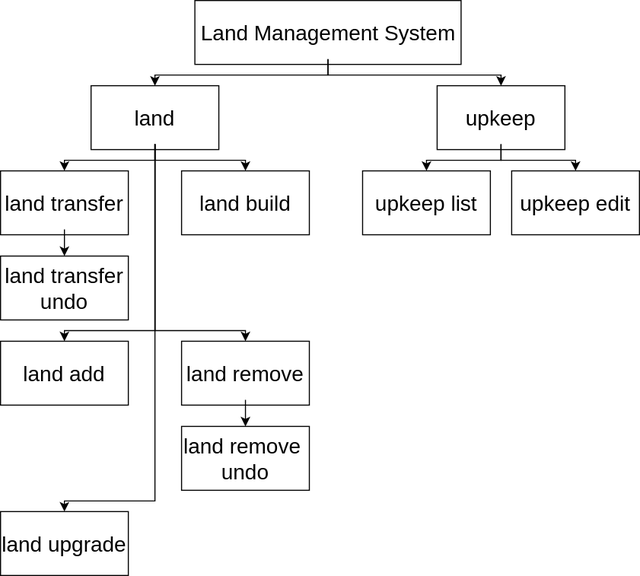
SethHartman13/Housing-Management-System keeps this draw.io diagram as Design Files/Alias Hiearchy.svg. Above is the earlier version. Source tidied: cells renumbered, new cells last; positions are measured from the earlier drawing's top-left corner, leaving out a move shared by most shapes. The source it was exported from:
```xml
<mxGraphModel>
  <root>
    <mxCell id="0" />
    <mxCell id="1" parent="0" />
    <mxCell id="2" value="&lt;font style=&quot;font-size: 20px;&quot;&gt;Land Management System&lt;/font&gt;" style="rounded=0;whiteSpace=wrap;html=1;" parent="1" vertex="1">
      <mxGeometry x="182.5" width="250" height="60" as="geometry" />
    </mxCell>
    <mxCell id="3" value="&lt;font style=&quot;font-size: 20px;&quot;&gt;land&lt;/font&gt;" style="rounded=0;whiteSpace=wrap;html=1;" parent="1" vertex="1">
      <mxGeometry x="85" y="80" width="120" height="60" as="geometry" />
    </mxCell>
    <mxCell id="4" value="&lt;font style=&quot;font-size: 20px;&quot;&gt;upkeep&lt;/font&gt;" style="rounded=0;whiteSpace=wrap;html=1;" parent="1" vertex="1">
      <mxGeometry x="410" y="80" width="120" height="60" as="geometry" />
    </mxCell>
    <mxCell id="5" value="&lt;font style=&quot;font-size: 20px;&quot;&gt;upkeep edit&lt;/font&gt;" style="rounded=0;whiteSpace=wrap;html=1;" parent="1" vertex="1">
      <mxGeometry x="480" y="160" width="120" height="60" as="geometry" />
    </mxCell>
    <mxCell id="6" style="endArrow=classic;html=1;rounded=0;noEdgeStyle=1;orthogonal=1;edgeStyle=orthogonalEdgeStyle;" parent="1" edge="1" source="4" target="5">
      <mxGeometry relative="1" as="geometry">
        <Array as="points">
          <mxPoint x="470" y="135" />
          <mxPoint x="470" y="150" />
          <mxPoint x="540" y="150" />
          <mxPoint x="540" y="155" />
        </Array>
      </mxGeometry>
    </mxCell>
    <mxCell id="7" style="endArrow=classic;html=1;rounded=0;noEdgeStyle=1;orthogonal=1;edgeStyle=orthogonalEdgeStyle;" parent="1" edge="1" source="2" target="4">
      <mxGeometry relative="1" as="geometry">
        <Array as="points">
          <mxPoint x="307.5" y="55" />
          <mxPoint x="307.5" y="70" />
          <mxPoint x="470" y="70" />
          <mxPoint x="470" y="75" />
        </Array>
      </mxGeometry>
    </mxCell>
    <mxCell id="8" style="endArrow=classic;html=1;rounded=0;noEdgeStyle=1;orthogonal=1;edgeStyle=orthogonalEdgeStyle;" parent="1" edge="1" source="2" target="3">
      <mxGeometry relative="1" as="geometry">
        <Array as="points">
          <mxPoint x="307.5" y="55" />
          <mxPoint x="307.5" y="70" />
          <mxPoint x="145" y="70" />
          <mxPoint x="145" y="75" />
        </Array>
      </mxGeometry>
    </mxCell>
    <mxCell id="9" value="&lt;font style=&quot;font-size: 20px;&quot;&gt;land transfer&lt;/font&gt;" style="rounded=0;whiteSpace=wrap;html=1;" parent="1" vertex="1">
      <mxGeometry y="160" width="120" height="60" as="geometry" />
    </mxCell>
    <mxCell id="10" style="endArrow=classic;html=1;rounded=0;noEdgeStyle=1;orthogonal=1;edgeStyle=orthogonalEdgeStyle;" parent="1" edge="1" source="3" target="9">
      <mxGeometry relative="1" as="geometry">
        <Array as="points">
          <mxPoint x="145" y="135" />
          <mxPoint x="145" y="150" />
          <mxPoint x="60" y="150" />
          <mxPoint x="60" y="155" />
        </Array>
      </mxGeometry>
    </mxCell>
    <mxCell id="11" value="&lt;font style=&quot;font-size: 20px;&quot;&gt;land build&lt;/font&gt;" style="rounded=0;whiteSpace=wrap;html=1;" parent="1" vertex="1">
      <mxGeometry x="170" y="160" width="120" height="60" as="geometry" />
    </mxCell>
    <mxCell id="12" style="endArrow=classic;html=1;rounded=0;noEdgeStyle=1;orthogonal=1;edgeStyle=orthogonalEdgeStyle;" parent="1" edge="1" source="3" target="11">
      <mxGeometry relative="1" as="geometry">
        <Array as="points">
          <mxPoint x="145" y="135" />
          <mxPoint x="145" y="150" />
          <mxPoint x="230" y="150" />
          <mxPoint x="230" y="155" />
        </Array>
      </mxGeometry>
    </mxCell>
    <mxCell id="13" style="endArrow=classic;html=1;rounded=0;noEdgeStyle=1;orthogonal=1;edgeStyle=orthogonalEdgeStyle;" parent="1" edge="1" source="3" target="14">
      <mxGeometry relative="1" as="geometry">
        <Array as="points">
          <mxPoint x="145" y="135" />
          <mxPoint x="145" y="150" />
          <mxPoint x="145" y="310" />
          <mxPoint x="60" y="310" />
          <mxPoint x="60" y="315" />
        </Array>
      </mxGeometry>
    </mxCell>
    <mxCell id="14" value="&lt;font style=&quot;font-size: 20px;&quot;&gt;land add&lt;/font&gt;" style="rounded=0;whiteSpace=wrap;html=1;" parent="1" vertex="1">
      <mxGeometry y="320" width="120" height="60" as="geometry" />
    </mxCell>
    <mxCell id="15" value="&lt;font style=&quot;font-size: 20px;&quot;&gt;land remove&lt;/font&gt;" style="rounded=0;whiteSpace=wrap;html=1;" parent="1" vertex="1">
      <mxGeometry x="170" y="320" width="120" height="60" as="geometry" />
    </mxCell>
    <mxCell id="16" style="endArrow=classic;html=1;rounded=0;noEdgeStyle=1;orthogonal=1;edgeStyle=orthogonalEdgeStyle;" parent="1" edge="1" source="3" target="15">
      <mxGeometry relative="1" as="geometry">
        <Array as="points">
          <mxPoint x="145" y="135" />
          <mxPoint x="145" y="150" />
          <mxPoint x="145" y="310" />
          <mxPoint x="230" y="310" />
          <mxPoint x="230" y="315" />
        </Array>
      </mxGeometry>
    </mxCell>
    <mxCell id="17" value="&lt;font style=&quot;font-size: 20px;&quot;&gt;upkeep list&lt;/font&gt;" style="rounded=0;whiteSpace=wrap;html=1;" parent="1" vertex="1">
      <mxGeometry x="340" y="160" width="120" height="60" as="geometry" />
    </mxCell>
    <mxCell id="18" style="endArrow=classic;html=1;rounded=0;noEdgeStyle=1;orthogonal=1;edgeStyle=orthogonalEdgeStyle;" parent="1" edge="1" source="4" target="17">
      <mxGeometry relative="1" as="geometry">
        <Array as="points">
          <mxPoint x="470" y="135" />
          <mxPoint x="470" y="150" />
          <mxPoint x="400" y="150" />
          <mxPoint x="400" y="155" />
        </Array>
      </mxGeometry>
    </mxCell>
    <mxCell id="19" value="&lt;font style=&quot;font-size: 20px;&quot;&gt;land upgrade&lt;/font&gt;" style="rounded=0;whiteSpace=wrap;html=1;" parent="1" vertex="1">
      <mxGeometry y="480" width="120" height="60" as="geometry" />
    </mxCell>
    <mxCell id="20" style="endArrow=classic;html=1;rounded=0;noEdgeStyle=1;orthogonal=1;edgeStyle=orthogonalEdgeStyle;" parent="1" edge="1" source="3" target="19">
      <mxGeometry relative="1" as="geometry">
        <Array as="points">
          <mxPoint x="145" y="135" />
          <mxPoint x="145" y="150" />
          <mxPoint x="145" y="310" />
          <mxPoint x="145" y="470" />
          <mxPoint x="60" y="470" />
          <mxPoint x="60" y="475" />
        </Array>
      </mxGeometry>
    </mxCell>
    <mxCell id="21" value="&lt;font style=&quot;font-size: 20px;&quot;&gt;land remove&amp;nbsp; undo&lt;/font&gt;" style="rounded=0;whiteSpace=wrap;html=1;" parent="1" vertex="1">
      <mxGeometry x="170" y="400" width="120" height="60" as="geometry" />
    </mxCell>
    <mxCell id="22" value="&lt;font style=&quot;font-size: 20px;&quot;&gt;land transfer undo&lt;/font&gt;" style="rounded=0;whiteSpace=wrap;html=1;" parent="1" vertex="1">
      <mxGeometry y="240" width="120" height="60" as="geometry" />
    </mxCell>
    <mxCell id="23" style="endArrow=classic;html=1;rounded=0;noEdgeStyle=1;orthogonal=1;edgeStyle=orthogonalEdgeStyle;" parent="1" edge="1" source="9" target="22">
      <mxGeometry relative="1" as="geometry">
        <Array as="points">
          <mxPoint x="60" y="215" />
          <mxPoint x="60" y="235" />
        </Array>
      </mxGeometry>
    </mxCell>
    <mxCell id="24" style="endArrow=classic;html=1;rounded=0;noEdgeStyle=1;orthogonal=1;edgeStyle=orthogonalEdgeStyle;" parent="1" edge="1" source="15" target="21">
      <mxGeometry relative="1" as="geometry">
        <Array as="points">
          <mxPoint x="230" y="375" />
          <mxPoint x="230" y="395" />
        </Array>
      </mxGeometry>
    </mxCell>
  </root>
</mxGraphModel>
```
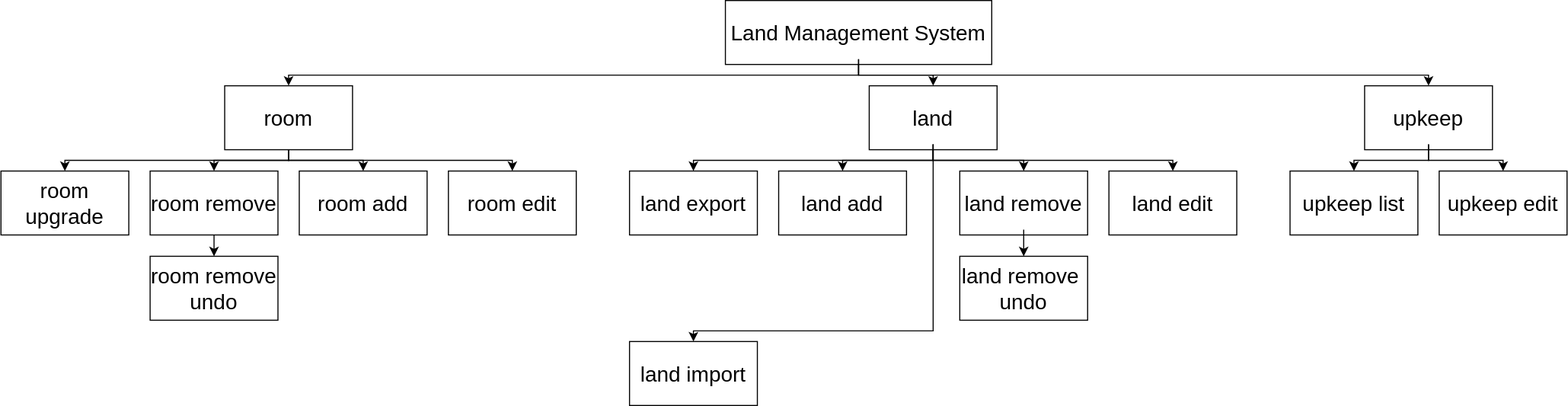
After the commit.

Change to the diagram source:
```diff
@@ -3,150 +3,215 @@
     <mxCell id="0" />
     <mxCell id="1" parent="0" />
     <mxCell id="2" value="&lt;font style=&quot;font-size: 20px;&quot;&gt;Land Management System&lt;/font&gt;" style="rounded=0;whiteSpace=wrap;html=1;" parent="1" vertex="1">
-      <mxGeometry x="182.5" width="250" height="60" as="geometry" />
+      <mxGeometry x="680" width="250" height="60" as="geometry" />
     </mxCell>
     <mxCell id="3" value="&lt;font style=&quot;font-size: 20px;&quot;&gt;land&lt;/font&gt;" style="rounded=0;whiteSpace=wrap;html=1;" parent="1" vertex="1">
-      <mxGeometry x="85" y="80" width="120" height="60" as="geometry" />
+      <mxGeometry x="815" y="80" width="120" height="60" as="geometry" />
     </mxCell>
     <mxCell id="4" value="&lt;font style=&quot;font-size: 20px;&quot;&gt;upkeep&lt;/font&gt;" style="rounded=0;whiteSpace=wrap;html=1;" parent="1" vertex="1">
-      <mxGeometry x="410" y="80" width="120" height="60" as="geometry" />
+      <mxGeometry x="1280" y="80" width="120" height="60" as="geometry" />
     </mxCell>
     <mxCell id="5" value="&lt;font style=&quot;font-size: 20px;&quot;&gt;upkeep edit&lt;/font&gt;" style="rounded=0;whiteSpace=wrap;html=1;" parent="1" vertex="1">
-      <mxGeometry x="480" y="160" width="120" height="60" as="geometry" />
+      <mxGeometry x="1350" y="160" width="120" height="60" as="geometry" />
     </mxCell>
     <mxCell id="6" style="endArrow=classic;html=1;rounded=0;noEdgeStyle=1;orthogonal=1;edgeStyle=orthogonalEdgeStyle;" parent="1" edge="1" source="4" target="5">
       <mxGeometry relative="1" as="geometry">
         <Array as="points">
-          <mxPoint x="470" y="135" />
-          <mxPoint x="470" y="150" />
-          <mxPoint x="540" y="150" />
-          <mxPoint x="540" y="155" />
+          <mxPoint x="1340" y="135" />
+          <mxPoint x="1340" y="150" />
+          <mxPoint x="1410" y="150" />
+          <mxPoint x="1410" y="155" />
         </Array>
       </mxGeometry>
     </mxCell>
     <mxCell id="7" style="endArrow=classic;html=1;rounded=0;noEdgeStyle=1;orthogonal=1;edgeStyle=orthogonalEdgeStyle;" parent="1" edge="1" source="2" target="4">
       <mxGeometry relative="1" as="geometry">
         <Array as="points">
-          <mxPoint x="307.5" y="55" />
-          <mxPoint x="307.5" y="70" />
-          <mxPoint x="470" y="70" />
-          <mxPoint x="470" y="75" />
+          <mxPoint x="805" y="55" />
+          <mxPoint x="805" y="70" />
+          <mxPoint x="875" y="70" />
+          <mxPoint x="1340" y="70" />
+          <mxPoint x="1340" y="75" />
         </Array>
       </mxGeometry>
     </mxCell>
     <mxCell id="8" style="endArrow=classic;html=1;rounded=0;noEdgeStyle=1;orthogonal=1;edgeStyle=orthogonalEdgeStyle;" parent="1" edge="1" source="2" target="3">
       <mxGeometry relative="1" as="geometry">
         <Array as="points">
-          <mxPoint x="307.5" y="55" />
-          <mxPoint x="307.5" y="70" />
-          <mxPoint x="145" y="70" />
-          <mxPoint x="145" y="75" />
+          <mxPoint x="805" y="55" />
+          <mxPoint x="805" y="70" />
+          <mxPoint x="875" y="70" />
+          <mxPoint x="875" y="75" />
         </Array>
       </mxGeometry>
     </mxCell>
-    <mxCell id="9" value="&lt;font style=&quot;font-size: 20px;&quot;&gt;land transfer&lt;/font&gt;" style="rounded=0;whiteSpace=wrap;html=1;" parent="1" vertex="1">
-      <mxGeometry y="160" width="120" height="60" as="geometry" />
+    <mxCell id="9" value="&lt;font style=&quot;font-size: 20px;&quot;&gt;land export&lt;/font&gt;" style="rounded=0;whiteSpace=wrap;html=1;" parent="1" vertex="1">
+      <mxGeometry x="590" y="160" width="120" height="60" as="geometry" />
     </mxCell>
     <mxCell id="10" style="endArrow=classic;html=1;rounded=0;noEdgeStyle=1;orthogonal=1;edgeStyle=orthogonalEdgeStyle;" parent="1" edge="1" source="3" target="9">
       <mxGeometry relative="1" as="geometry">
         <Array as="points">
-          <mxPoint x="145" y="135" />
-          <mxPoint x="145" y="150" />
-          <mxPoint x="60" y="150" />
-          <mxPoint x="60" y="155" />
+          <mxPoint x="875" y="135" />
+          <mxPoint x="875" y="150" />
+          <mxPoint x="650" y="150" />
+          <mxPoint x="650" y="155" />
         </Array>
       </mxGeometry>
     </mxCell>
-    <mxCell id="11" value="&lt;font style=&quot;font-size: 20px;&quot;&gt;land build&lt;/font&gt;" style="rounded=0;whiteSpace=wrap;html=1;" parent="1" vertex="1">
-      <mxGeometry x="170" y="160" width="120" height="60" as="geometry" />
-    </mxCell>
-    <mxCell id="12" style="endArrow=classic;html=1;rounded=0;noEdgeStyle=1;orthogonal=1;edgeStyle=orthogonalEdgeStyle;" parent="1" edge="1" source="3" target="11">
-      <mxGeometry relative="1" as="geometry">
-        <Array as="points">
-          <mxPoint x="145" y="135" />
-          <mxPoint x="145" y="150" />
-          <mxPoint x="230" y="150" />
-          <mxPoint x="230" y="155" />
-        </Array>
-      </mxGeometry>
-    </mxCell>
     <mxCell id="13" style="endArrow=classic;html=1;rounded=0;noEdgeStyle=1;orthogonal=1;edgeStyle=orthogonalEdgeStyle;" parent="1" edge="1" source="3" target="14">
       <mxGeometry relative="1" as="geometry">
         <Array as="points">
-          <mxPoint x="145" y="135" />
-          <mxPoint x="145" y="150" />
-          <mxPoint x="145" y="310" />
-          <mxPoint x="60" y="310" />
-          <mxPoint x="60" y="315" />
+          <mxPoint x="875" y="135" />
+          <mxPoint x="875" y="150" />
+          <mxPoint x="790" y="150" />
+          <mxPoint x="790" y="155" />
         </Array>
       </mxGeometry>
     </mxCell>
     <mxCell id="14" value="&lt;font style=&quot;font-size: 20px;&quot;&gt;land add&lt;/font&gt;" style="rounded=0;whiteSpace=wrap;html=1;" parent="1" vertex="1">
-      <mxGeometry y="320" width="120" height="60" as="geometry" />
+      <mxGeometry x="730" y="160" width="120" height="60" as="geometry" />
     </mxCell>
     <mxCell id="15" value="&lt;font style=&quot;font-size: 20px;&quot;&gt;land remove&lt;/font&gt;" style="rounded=0;whiteSpace=wrap;html=1;" parent="1" vertex="1">
-      <mxGeometry x="170" y="320" width="120" height="60" as="geometry" />
+      <mxGeometry x="900" y="160" width="120" height="60" as="geometry" />
     </mxCell>
     <mxCell id="16" style="endArrow=classic;html=1;rounded=0;noEdgeStyle=1;orthogonal=1;edgeStyle=orthogonalEdgeStyle;" parent="1" edge="1" source="3" target="15">
       <mxGeometry relative="1" as="geometry">
         <Array as="points">
-          <mxPoint x="145" y="135" />
-          <mxPoint x="145" y="150" />
-          <mxPoint x="145" y="310" />
-          <mxPoint x="230" y="310" />
-          <mxPoint x="230" y="315" />
+          <mxPoint x="875" y="135" />
+          <mxPoint x="875" y="150" />
+          <mxPoint x="960" y="150" />
+          <mxPoint x="960" y="155" />
         </Array>
       </mxGeometry>
     </mxCell>
     <mxCell id="17" value="&lt;font style=&quot;font-size: 20px;&quot;&gt;upkeep list&lt;/font&gt;" style="rounded=0;whiteSpace=wrap;html=1;" parent="1" vertex="1">
-      <mxGeometry x="340" y="160" width="120" height="60" as="geometry" />
+      <mxGeometry x="1210" y="160" width="120" height="60" as="geometry" />
     </mxCell>
     <mxCell id="18" style="endArrow=classic;html=1;rounded=0;noEdgeStyle=1;orthogonal=1;edgeStyle=orthogonalEdgeStyle;" parent="1" edge="1" source="4" target="17">
       <mxGeometry relative="1" as="geometry">
         <Array as="points">
-          <mxPoint x="470" y="135" />
-          <mxPoint x="470" y="150" />
-          <mxPoint x="400" y="150" />
-          <mxPoint x="400" y="155" />
+          <mxPoint x="1340" y="135" />
+          <mxPoint x="1340" y="150" />
+          <mxPoint x="1270" y="150" />
+          <mxPoint x="1270" y="155" />
         </Array>
       </mxGeometry>
     </mxCell>
-    <mxCell id="19" value="&lt;font style=&quot;font-size: 20px;&quot;&gt;land upgrade&lt;/font&gt;" style="rounded=0;whiteSpace=wrap;html=1;" parent="1" vertex="1">
-      <mxGeometry y="480" width="120" height="60" as="geometry" />
-    </mxCell>
-    <mxCell id="20" style="endArrow=classic;html=1;rounded=0;noEdgeStyle=1;orthogonal=1;edgeStyle=orthogonalEdgeStyle;" parent="1" edge="1" source="3" target="19">
-      <mxGeometry relative="1" as="geometry">
-        <Array as="points">
-          <mxPoint x="145" y="135" />
-          <mxPoint x="145" y="150" />
-          <mxPoint x="145" y="310" />
-          <mxPoint x="145" y="470" />
-          <mxPoint x="60" y="470" />
-          <mxPoint x="60" y="475" />
-        </Array>
-      </mxGeometry>
-    </mxCell>
     <mxCell id="21" value="&lt;font style=&quot;font-size: 20px;&quot;&gt;land remove&amp;nbsp; undo&lt;/font&gt;" style="rounded=0;whiteSpace=wrap;html=1;" parent="1" vertex="1">
-      <mxGeometry x="170" y="400" width="120" height="60" as="geometry" />
+      <mxGeometry x="900" y="240" width="120" height="60" as="geometry" />
     </mxCell>
-    <mxCell id="22" value="&lt;font style=&quot;font-size: 20px;&quot;&gt;land transfer undo&lt;/font&gt;" style="rounded=0;whiteSpace=wrap;html=1;" parent="1" vertex="1">
-      <mxGeometry y="240" width="120" height="60" as="geometry" />
-    </mxCell>
-    <mxCell id="23" style="endArrow=classic;html=1;rounded=0;noEdgeStyle=1;orthogonal=1;edgeStyle=orthogonalEdgeStyle;" parent="1" edge="1" source="9" target="22">
-      <mxGeometry relative="1" as="geometry">
-        <Array as="points">
-          <mxPoint x="60" y="215" />
-          <mxPoint x="60" y="235" />
-        </Array>
-      </mxGeometry>
-    </mxCell>
     <mxCell id="24" style="endArrow=classic;html=1;rounded=0;noEdgeStyle=1;orthogonal=1;edgeStyle=orthogonalEdgeStyle;" parent="1" edge="1" source="15" target="21">
       <mxGeometry relative="1" as="geometry">
         <Array as="points">
-          <mxPoint x="230" y="375" />
-          <mxPoint x="230" y="395" />
+          <mxPoint x="960" y="215" />
+          <mxPoint x="960" y="235" />
         </Array>
       </mxGeometry>
     </mxCell>
+    <mxCell id="25" value="&lt;font style=&quot;font-size: 20px;&quot;&gt;room&lt;/font&gt;" style="rounded=0;whiteSpace=wrap;html=1;" parent="1" vertex="1">
+      <mxGeometry x="210" y="80" width="120" height="60" as="geometry" />
+    </mxCell>
+    <mxCell id="26" value="&lt;font style=&quot;font-size: 20px;&quot;&gt;room upgrade&lt;/font&gt;" style="rounded=0;whiteSpace=wrap;html=1;" parent="1" vertex="1">
+      <mxGeometry y="160" width="120" height="60" as="geometry" />
+    </mxCell>
+    <mxCell id="27" value="&lt;font style=&quot;font-size: 20px;&quot;&gt;room remove&lt;/font&gt;" style="rounded=0;whiteSpace=wrap;html=1;" parent="1" vertex="1">
+      <mxGeometry x="140" y="160" width="120" height="60" as="geometry" />
+    </mxCell>
+    <mxCell id="28" value="&lt;font style=&quot;font-size: 20px;&quot;&gt;room add&lt;/font&gt;" style="rounded=0;whiteSpace=wrap;html=1;" parent="1" vertex="1">
+      <mxGeometry x="280" y="160" width="120" height="60" as="geometry" />
+    </mxCell>
+    <mxCell id="29" style="endArrow=classic;html=1;rounded=0;edgeStyle=orthogonalEdgeStyle;" parent="1" edge="1" source="25" target="26">
+      <mxGeometry relative="1" as="geometry">
+        <Array as="points">
+          <mxPoint x="270" y="135" />
+          <mxPoint x="270" y="150" />
+          <mxPoint x="60" y="150" />
+          <mxPoint x="60" y="155" />
+        </Array>
+      </mxGeometry>
+    </mxCell>
+    <mxCell id="30" style="endArrow=classic;html=1;rounded=0;edgeStyle=orthogonalEdgeStyle;" parent="1" edge="1" source="2" target="25">
+      <mxGeometry relative="1" as="geometry">
+        <Array as="points">
+          <mxPoint x="805" y="55" />
+          <mxPoint x="805" y="70" />
+          <mxPoint x="270" y="70" />
+          <mxPoint x="270" y="75" />
+        </Array>
+      </mxGeometry>
+    </mxCell>
+    <mxCell id="31" style="endArrow=classic;html=1;rounded=0;edgeStyle=orthogonalEdgeStyle;" parent="1" edge="1" source="25" target="27">
+      <mxGeometry relative="1" as="geometry">
+        <Array as="points">
+          <mxPoint x="270" y="135" />
+          <mxPoint x="270" y="150" />
+          <mxPoint x="200" y="150" />
+          <mxPoint x="200" y="155" />
+        </Array>
+      </mxGeometry>
+    </mxCell>
+    <mxCell id="32" style="endArrow=classic;html=1;rounded=0;edgeStyle=orthogonalEdgeStyle;" parent="1" edge="1" source="25" target="28">
+      <mxGeometry relative="1" as="geometry">
+        <Array as="points">
+          <mxPoint x="270" y="135" />
+          <mxPoint x="270" y="150" />
+          <mxPoint x="340" y="150" />
+          <mxPoint x="340" y="155" />
+        </Array>
+      </mxGeometry>
+    </mxCell>
+    <mxCell id="33" value="&lt;font style=&quot;font-size: 20px;&quot;&gt;room remove undo&lt;/font&gt;" style="rounded=0;whiteSpace=wrap;html=1;" parent="1" vertex="1">
+      <mxGeometry x="140" y="240" width="120" height="60" as="geometry" />
+    </mxCell>
+    <mxCell id="34" style="endArrow=classic;html=1;rounded=0;edgeStyle=orthogonalEdgeStyle;" parent="1" edge="1" source="27" target="33">
+      <mxGeometry relative="1" as="geometry">
+        <Array as="points">
+          <mxPoint x="200" y="215" />
+          <mxPoint x="200" y="235" />
+        </Array>
+      </mxGeometry>
+    </mxCell>
+    <mxCell id="35" value="&lt;font style=&quot;font-size: 20px;&quot;&gt;land edit&lt;/font&gt;" style="rounded=0;whiteSpace=wrap;html=1;" parent="1" vertex="1">
+      <mxGeometry x="1040" y="160" width="120" height="60" as="geometry" />
+    </mxCell>
+    <mxCell id="36" style="endArrow=classic;html=1;rounded=0;edgeStyle=orthogonalEdgeStyle;" parent="1" edge="1" source="3" target="35">
+      <mxGeometry relative="1" as="geometry">
+        <Array as="points">
+          <mxPoint x="875" y="135" />
+          <mxPoint x="875" y="150" />
+          <mxPoint x="960" y="150" />
+          <mxPoint x="1100" y="150" />
+          <mxPoint x="1100" y="155" />
+        </Array>
+      </mxGeometry>
+    </mxCell>
+    <mxCell id="37" value="&lt;font style=&quot;font-size: 20px;&quot;&gt;room edit&lt;/font&gt;" style="rounded=0;whiteSpace=wrap;html=1;" parent="1" vertex="1">
+      <mxGeometry x="420" y="160" width="120" height="60" as="geometry" />
+    </mxCell>
+    <mxCell id="38" style="endArrow=classic;html=1;rounded=0;edgeStyle=orthogonalEdgeStyle;" parent="1" edge="1" source="25" target="37">
+      <mxGeometry relative="1" as="geometry">
+        <Array as="points">
+          <mxPoint x="270" y="135" />
+          <mxPoint x="270" y="150" />
+          <mxPoint x="340" y="150" />
+          <mxPoint x="480" y="150" />
+          <mxPoint x="480" y="155" />
+        </Array>
+      </mxGeometry>
+    </mxCell>
+    <mxCell id="39" value="&lt;font style=&quot;font-size: 20px;&quot;&gt;land import&lt;/font&gt;" style="rounded=0;whiteSpace=wrap;html=1;" parent="1" vertex="1">
+      <mxGeometry x="590" y="320" width="120" height="60" as="geometry" />
+    </mxCell>
+    <mxCell id="40" style="endArrow=classic;html=1;rounded=0;edgeStyle=orthogonalEdgeStyle;" parent="1" edge="1" source="3" target="39">
+      <mxGeometry relative="1" as="geometry">
+        <Array as="points">
+          <mxPoint x="875" y="135" />
+          <mxPoint x="875" y="150" />
+          <mxPoint x="875" y="310" />
+          <mxPoint x="650" y="310" />
+          <mxPoint x="650" y="315" />
+        </Array>
+      </mxGeometry>
+    </mxCell>
   </root>
 </mxGraphModel>
```
